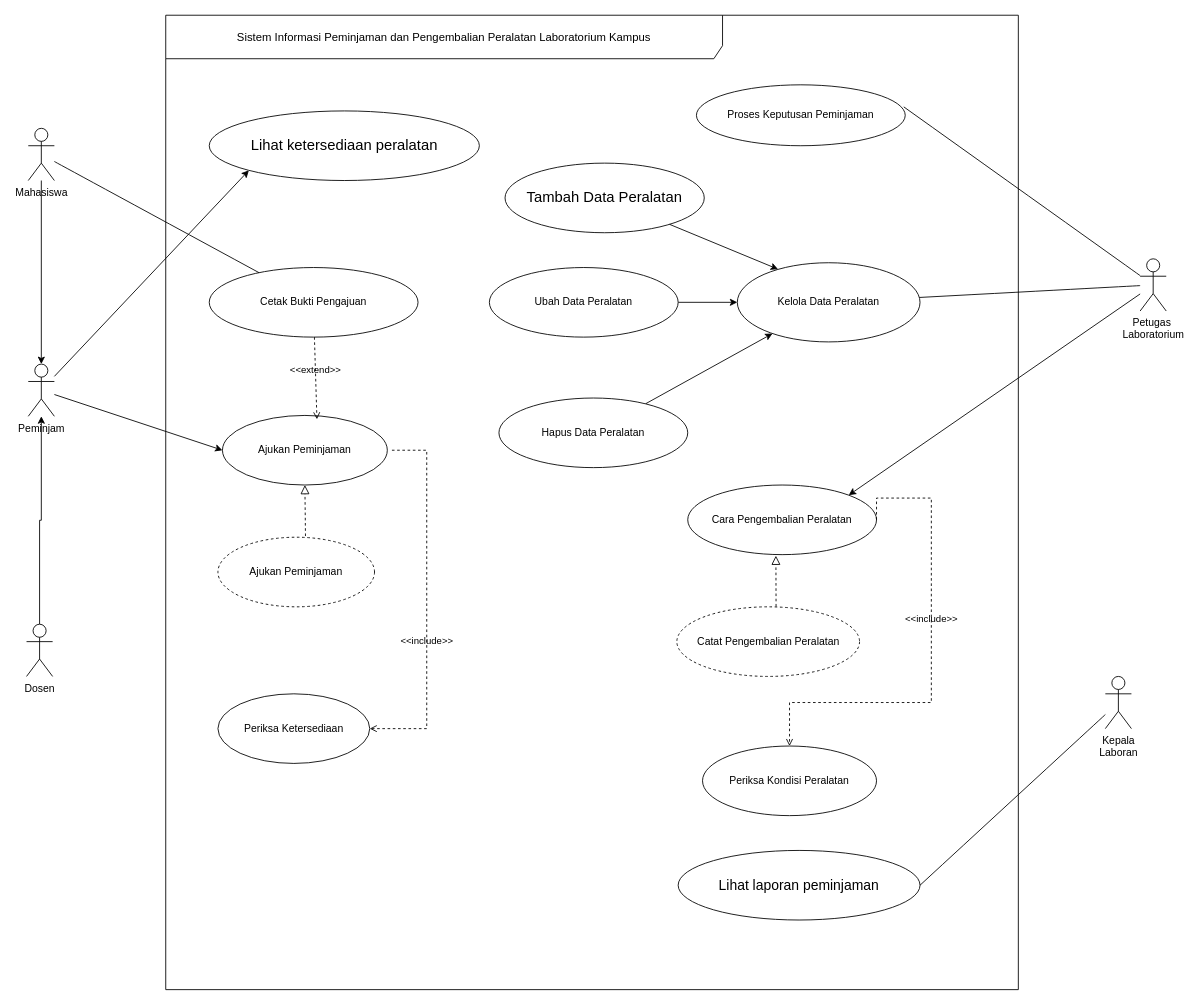
MuhammadYusufFaturahman-55/IFRWP5149_2406002_LabAlat keeps this draw.io diagram as page "Halaman-1" (1 of 2) of 04_model_analisis/P04/LAB/P04_2406002_LAB_usecase_v01.drawio. Above is the earlier version. Source tidied: cells renumbered, new cells numbered last; positions are measured from the earlier drawing's top-left corner, leaving out a move shared by most shapes. Both pictures are drawn from the tidied source at 87%, with x=0, y=0 at pixel (26, 15).
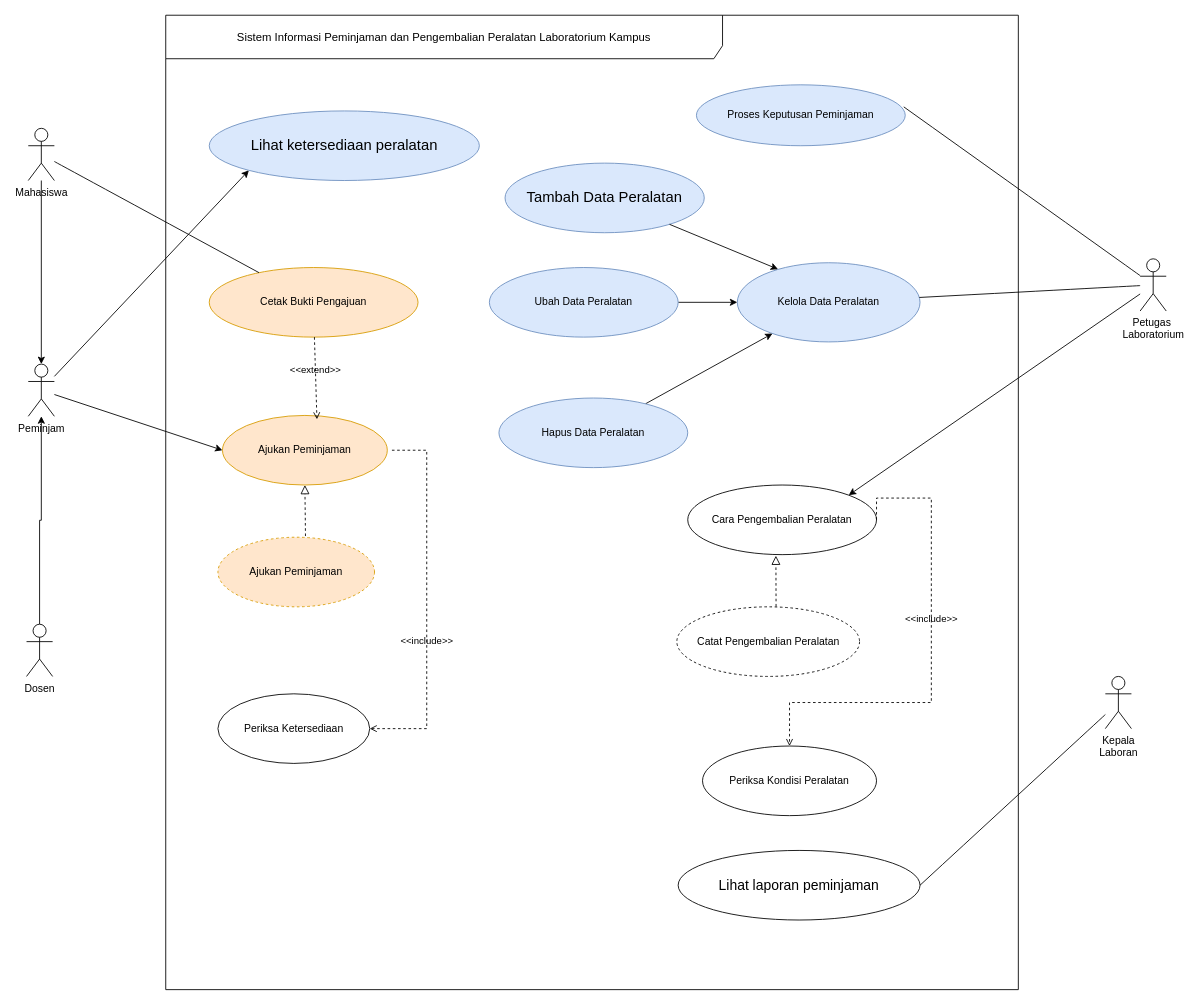
Above is the later version.

Unchanged cells that the change refers to:
```xml
<mxCell id="2" value="Sistem Informasi Peminjaman dan Pengembalian Peralatan Laboratorium Kampus" style="shape=umlFrame;whiteSpace=wrap;html=1;width=640;height=50;fontSize=13;" parent="1" vertex="1">
  <mxGeometry x="160" width="980" height="1120" as="geometry" />
</mxCell>
```

Change to the diagram source:
```diff
@@
-    <mxCell id="3" value="&lt;font style=&quot;font-size: 17px;&quot;&gt;Lihat ketersediaan peralatan&lt;/font&gt;" style="ellipse;whiteSpace=wrap;html=1;shapeInside=1;" parent="2" vertex="1">
+    <mxCell id="3" value="&lt;font style=&quot;font-size: 17px;&quot;&gt;Lihat ketersediaan peralatan&lt;/font&gt;" style="ellipse;whiteSpace=wrap;html=1;shapeInside=1;fillColor=#dae8fc;strokeColor=#6c8ebf;" parent="2" vertex="1">
       <mxGeometry x="50" y="110" width="310.5" height="80" as="geometry" />
     </mxCell>
-    <mxCell id="4" value="Cetak Bukti Pengajuan" style="ellipse;whiteSpace=wrap;html=1;shapeInside=1;" parent="2" vertex="1">
+    <mxCell id="4" value="Cetak Bukti Pengajuan" style="ellipse;whiteSpace=wrap;html=1;shapeInside=1;fillColor=#ffe6cc;strokeColor=#d79b00;" parent="2" vertex="1">
       <mxGeometry x="50" y="290" width="240" height="80" as="geometry" />
     </mxCell>
-    <mxCell id="5" value="Ajukan Peminjaman" style="ellipse;whiteSpace=wrap;html=1;shapeInside=1;" parent="2" vertex="1">
+    <mxCell id="5" value="Ajukan Peminjaman" style="ellipse;whiteSpace=wrap;html=1;shapeInside=1;fillColor=#ffe6cc;strokeColor=#d79b00;" parent="2" vertex="1">
       <mxGeometry x="65.2" y="460" width="189.5" height="80" as="geometry" />
     </mxCell>
-    <mxCell id="6" value="Proses Keputusan Peminjaman" style="ellipse;whiteSpace=wrap;html=1;shapeInside=1;" parent="2" vertex="1">
+    <mxCell id="6" value="Proses Keputusan Peminjaman" style="ellipse;whiteSpace=wrap;html=1;shapeInside=1;fillColor=#dae8fc;strokeColor=#6c8ebf;" parent="2" vertex="1">
       <mxGeometry x="610" y="80" width="240" height="70" as="geometry" />
     </mxCell>
-    <mxCell id="7" value="&lt;font style=&quot;font-size: 17px;&quot;&gt;Tambah Data Peralatan&lt;/font&gt;" style="ellipse;whiteSpace=wrap;html=1;shapeInside=1;" parent="2" vertex="1">
+    <mxCell id="7" value="&lt;font style=&quot;font-size: 17px;&quot;&gt;Tambah Data Peralatan&lt;/font&gt;" style="ellipse;whiteSpace=wrap;html=1;shapeInside=1;fillColor=#dae8fc;strokeColor=#6c8ebf;" parent="2" vertex="1">
       <mxGeometry x="390" y="170" width="229" height="80" as="geometry" />
     </mxCell>
-    <mxCell id="8" value="Kelola Data Peralatan" style="ellipse;whiteSpace=wrap;html=1;shapeInside=1;" parent="2" vertex="1">
+    <mxCell id="8" value="Kelola Data Peralatan" style="ellipse;whiteSpace=wrap;html=1;shapeInside=1;fillColor=#dae8fc;strokeColor=#6c8ebf;" parent="2" vertex="1">
       <mxGeometry x="657" y="284.5" width="210" height="91" as="geometry" />
     </mxCell>
@@
-    <mxCell id="13" value="Ubah Data Peralatan" style="ellipse;whiteSpace=wrap;html=1;shapeInside=1;" parent="2" vertex="1">
+    <mxCell id="13" value="Ubah Data Peralatan" style="ellipse;whiteSpace=wrap;html=1;shapeInside=1;fillColor=#dae8fc;strokeColor=#6c8ebf;" parent="2" vertex="1">
       <mxGeometry x="372" y="290" width="217" height="80" as="geometry" />
     </mxCell>
@@
-    <mxCell id="15" value="Hapus Data Peralatan" style="ellipse;whiteSpace=wrap;html=1;shapeInside=1;" parent="2" vertex="1">
+    <mxCell id="15" value="Hapus Data Peralatan" style="ellipse;whiteSpace=wrap;html=1;shapeInside=1;fillColor=#dae8fc;strokeColor=#6c8ebf;" parent="2" vertex="1">
       <mxGeometry x="383" y="440" width="217" height="80" as="geometry" />
     </mxCell>
@@
-    <mxCell id="20" value="Ajukan Peminjaman" style="ellipse;whiteSpace=wrap;html=1;align=center;dashed=1;" parent="2" vertex="1">
+    <mxCell id="20" value="Ajukan Peminjaman" style="ellipse;whiteSpace=wrap;html=1;align=center;dashed=1;fillColor=#ffe6cc;strokeColor=#d79b00;" parent="2" vertex="1">
       <mxGeometry x="60" y="600" width="180" height="80" as="geometry" />
     </mxCell>
```
